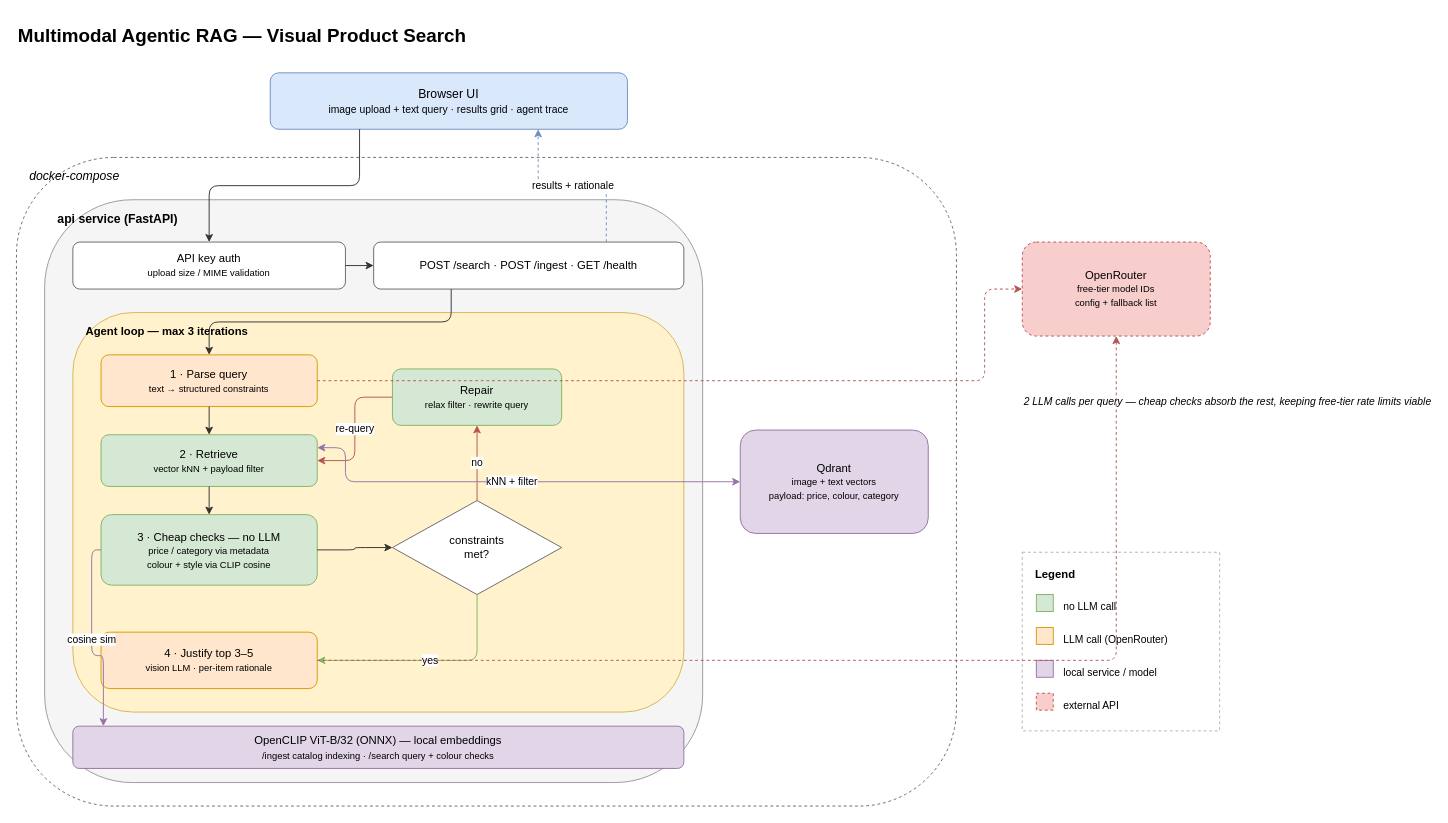
Before: docs/architecture.drawio in Delocy/rdai-project, a draw.io diagram. Source tidied: cells renumbered, new cells numbered last; positions are measured from the earlier drawing's top-left corner, leaving out a move shared by most shapes. Both pictures are drawn from the tidied source at 94%, with x=0, y=0 at pixel (16, 16).
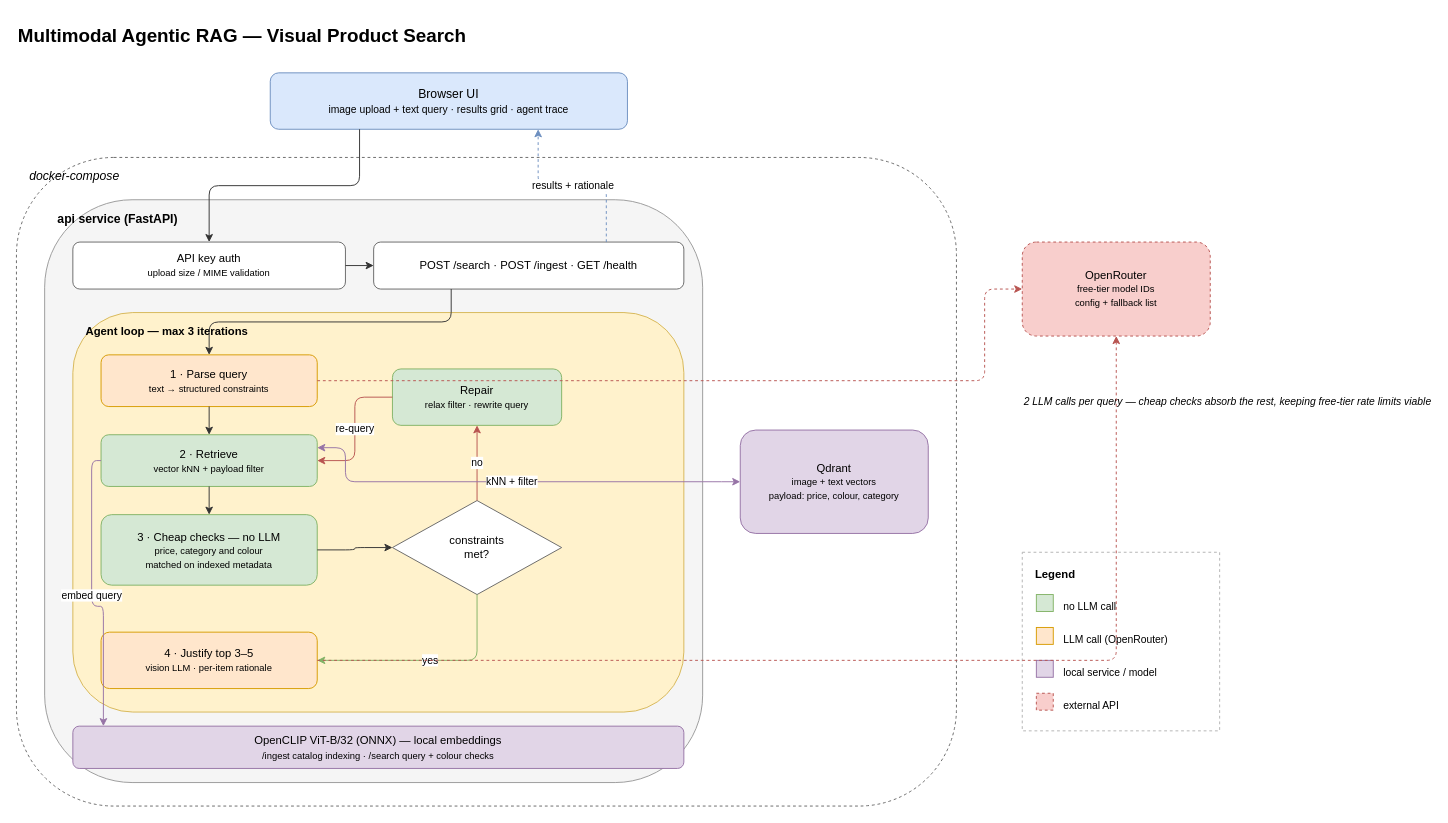
Above is the later version.

The change refers to these unchanged cells:
```xml
<mxCell id="10" value="2 · Retrieve&lt;br&gt;&lt;font style=&quot;font-size: 10px;&quot;&gt;vector kNN + payload filter&lt;/font&gt;" style="rounded=1;whiteSpace=wrap;html=1;fillColor=#d5e8d4;strokeColor=#82b366;fontSize=12;" parent="1" vertex="1">
  <mxGeometry x="90" y="445" width="230" height="55" as="geometry" />
</mxCell>
<mxCell id="15" value="OpenCLIP ViT-B/32 (ONNX) — local embeddings&lt;br&gt;&lt;font style=&quot;font-size: 10px;&quot;&gt;/ingest catalog indexing · /search query + colour checks&lt;/font&gt;" style="rounded=1;whiteSpace=wrap;html=1;fillColor=#e1d5e7;strokeColor=#9673a6;fontSize=12;" parent="1" vertex="1">
  <mxGeometry x="60" y="755" width="650" height="45" as="geometry" />
</mxCell>
```

What changed in the source:
```diff
@@
-    <mxCell id="11" value="3 · Cheap checks — no LLM&lt;br&gt;&lt;font style=&quot;font-size: 10px;&quot;&gt;price / category via metadata&lt;br&gt;colour + style via CLIP cosine&lt;/font&gt;" style="rounded=1;whiteSpace=wrap;html=1;fillColor=#d5e8d4;strokeColor=#82b366;fontSize=12;" parent="1" vertex="1">
+    <mxCell id="11" value="3 · Cheap checks — no LLM&lt;br&gt;&lt;font style=&quot;font-size: 10px;&quot;&gt;price, category and colour&lt;br&gt;matched on indexed metadata&lt;/font&gt;" style="rounded=1;whiteSpace=wrap;html=1;fillColor=#d5e8d4;strokeColor=#82b366;fontSize=12;" parent="1" vertex="1">
       <mxGeometry x="90" y="530" width="230" height="75" as="geometry" />
     </mxCell>
@@
-    <mxCell id="39" value="cosine sim" style="edgeStyle=orthogonalEdgeStyle;rounded=1;html=1;exitX=0;exitY=0.5;exitDx=0;exitDy=0;entryX=0.05;entryY=0;entryDx=0;entryDy=0;strokeColor=#9673a6;fontSize=11;" parent="1" edge="1" source="11" target="15">
+    <mxCell id="39" value="embed query" style="edgeStyle=orthogonalEdgeStyle;rounded=1;html=1;exitX=0;exitY=0.5;exitDx=0;exitDy=0;entryX=0.05;entryY=0;entryDx=0;entryDy=0;strokeColor=#9673a6;fontSize=11;" parent="1" edge="1" source="10" target="15">
       <mxGeometry relative="1" as="geometry" />
     </mxCell>
```
